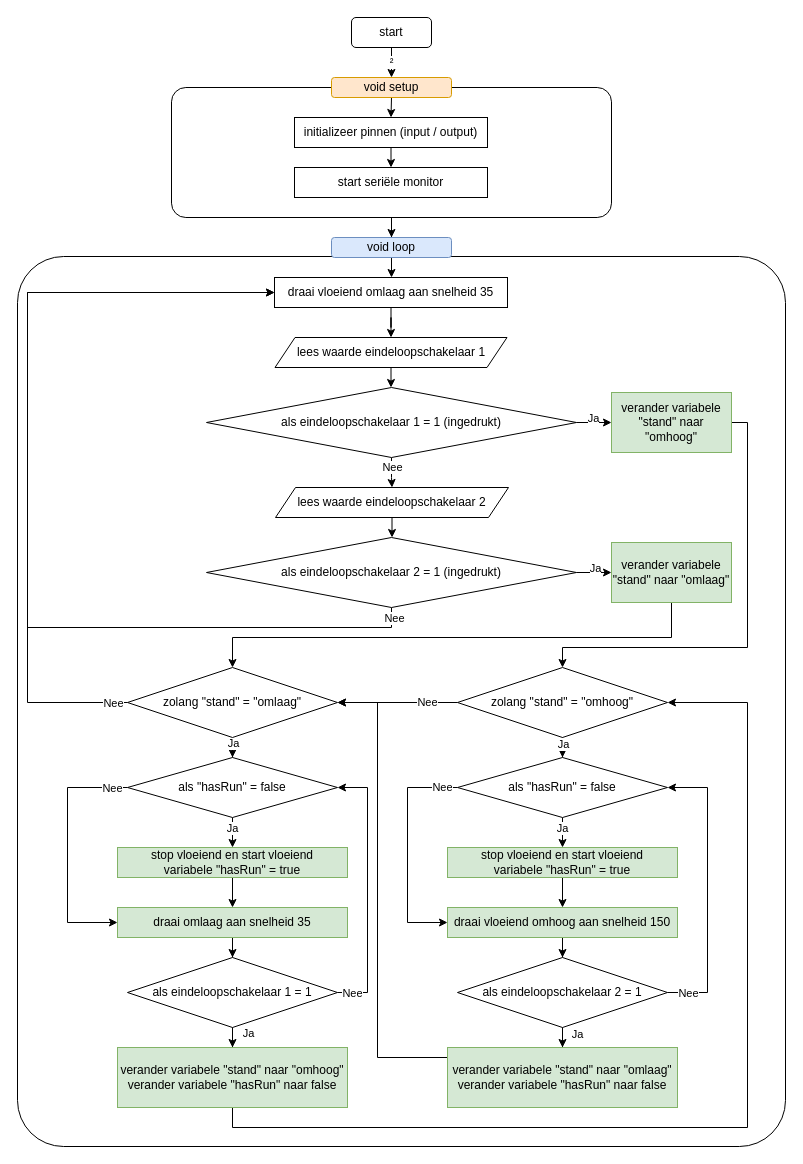
Earlier version of the draw.io diagram flow.drawio (crearth/c). Source tidied: cells renumbered, new cells numbered last; positions are measured from the earlier drawing's top-left corner, leaving out a move shared by most shapes. Both pictures are drawn from the tidied source at 100%, with x=0, y=0 at pixel (17, 17).
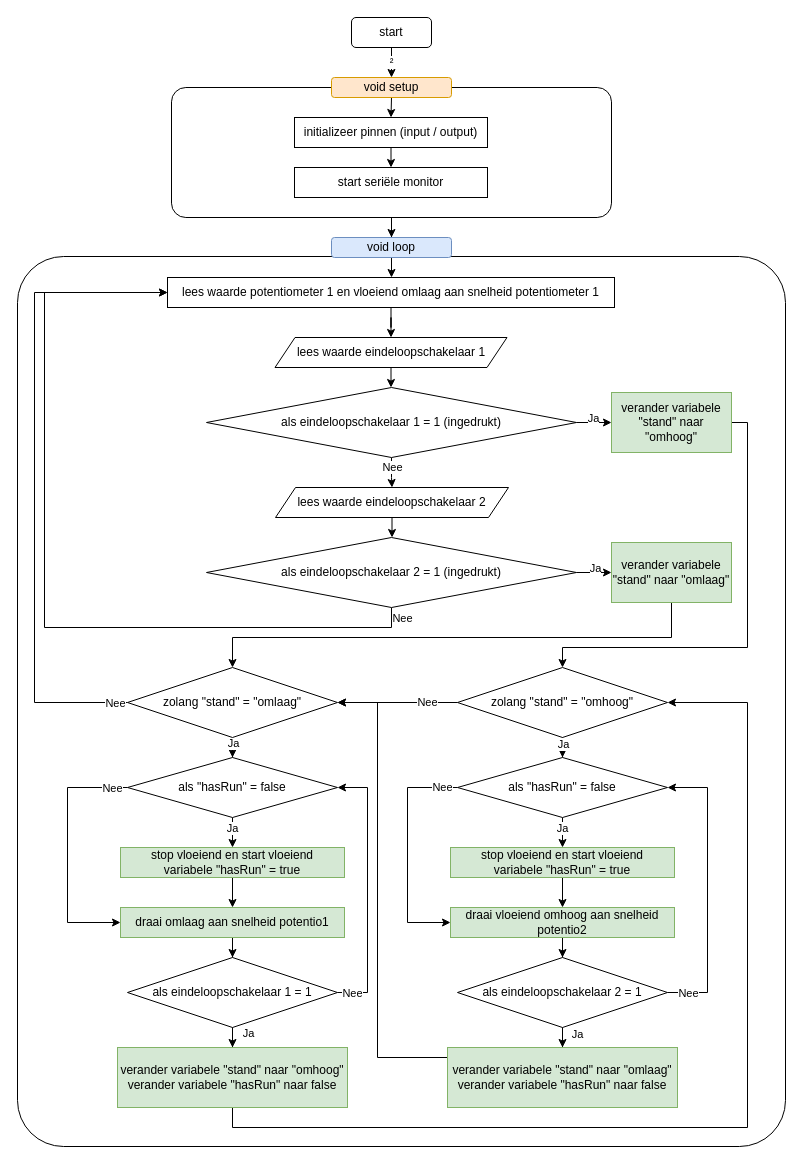
After the change.

Unchanged cells that the change refers to:
```xml
<mxCell id="27" value="als eindeloopschakelaar 2 = 1 (ingedrukt)" style="rhombus;whiteSpace=wrap;html=1;rounded=0;" parent="1" vertex="1">
  <mxGeometry x="189" y="520" width="370" height="70" as="geometry" />
</mxCell>
<mxCell id="38" value="zolang &quot;stand&quot; = &quot;omlaag&quot;" style="rhombus;whiteSpace=wrap;html=1;rounded=0;" parent="1" vertex="1">
  <mxGeometry x="110" y="650" width="210" height="70" as="geometry" />
</mxCell>
```

Change to the diagram source:
```diff
@@
-    <mxCell id="15" value="draai vloeiend omlaag aan snelheid 35" style="rounded=0;whiteSpace=wrap;html=1;" parent="1" vertex="1">
-      <mxGeometry x="257" y="260" width="233" height="30" as="geometry" />
+    <mxCell id="15" value="lees waarde potentiometer 1 en vloeiend omlaag aan snelheid potentiometer 1" style="rounded=0;whiteSpace=wrap;html=1;" parent="1" vertex="1">
+      <mxGeometry x="150" y="260" width="447" height="30" as="geometry" />
     </mxCell>
@@
     <mxCell id="25" style="edgeStyle=orthogonalEdgeStyle;rounded=0;jettySize=auto;html=1;" parent="1" edge="1" source="27" target="15">
       <mxGeometry relative="1" as="geometry">
         <Array as="points">
           <mxPoint x="374" y="610" />
-          <mxPoint x="10" y="610" />
-          <mxPoint x="10" y="275" />
+          <mxPoint x="27" y="610" />
+          <mxPoint x="27" y="275" />
         </Array>
       </mxGeometry>
     </mxCell>
@@
     <mxCell id="34" style="edgeStyle=orthogonalEdgeStyle;rounded=0;jettySize=auto;html=1;entryX=0;entryY=0.5;entryDx=0;entryDy=0;" parent="1" edge="1" source="38" target="15">
       <mxGeometry relative="1" as="geometry">
         <Array as="points">
-          <mxPoint x="10" y="685" />
-          <mxPoint x="10" y="275" />
+          <mxPoint x="17" y="685" />
+          <mxPoint x="17" y="275" />
         </Array>
       </mxGeometry>
     </mxCell>
@@
-    <mxCell id="40" value="draai omlaag aan snelheid 35" style="rounded=0;whiteSpace=wrap;html=1;fillColor=#d5e8d4;strokeColor=#82b366;" parent="1" vertex="1">
-      <mxGeometry x="100" y="890" width="230" height="30" as="geometry" />
+    <mxCell id="40" value="draai omlaag aan snelheid potentio1" style="rounded=0;whiteSpace=wrap;html=1;fillColor=#d5e8d4;strokeColor=#82b366;" parent="1" vertex="1">
+      <mxGeometry x="103" y="890" width="224" height="30" as="geometry" />
     </mxCell>
@@
-    <mxCell id="46" value="draai vloeiend omhoog aan snelheid 150" style="rounded=0;whiteSpace=wrap;html=1;fillColor=#d5e8d4;strokeColor=#82b366;" parent="1" vertex="1">
-      <mxGeometry x="430" y="890" width="230" height="30" as="geometry" />
+    <mxCell id="46" value="draai vloeiend omhoog aan snelheid potentio2" style="rounded=0;whiteSpace=wrap;html=1;fillColor=#d5e8d4;strokeColor=#82b366;" parent="1" vertex="1">
+      <mxGeometry x="433" y="890" width="224" height="30" as="geometry" />
     </mxCell>
@@
     <mxCell id="67" value="&lt;div&gt;stop vloeiend en start vloeiend&lt;/div&gt;variabele &quot;hasRun&quot; = true" style="rounded=0;whiteSpace=wrap;html=1;fillColor=#d5e8d4;strokeColor=#82b366;" parent="1" vertex="1">
-      <mxGeometry x="100" y="830" width="230" height="30" as="geometry" />
+      <mxGeometry x="103" y="830" width="224" height="30" as="geometry" />
     </mxCell>
@@
     <mxCell id="74" value="&lt;div&gt;stop vloeiend en start vloeiend&lt;/div&gt;&lt;div&gt;variabele &quot;hasRun&quot; = true&lt;br&gt;&lt;/div&gt;" style="rounded=0;whiteSpace=wrap;html=1;fillColor=#d5e8d4;strokeColor=#82b366;" parent="1" vertex="1">
-      <mxGeometry x="430" y="830" width="230" height="30" as="geometry" />
+      <mxGeometry x="433" y="830" width="224" height="30" as="geometry" />
     </mxCell>
```
